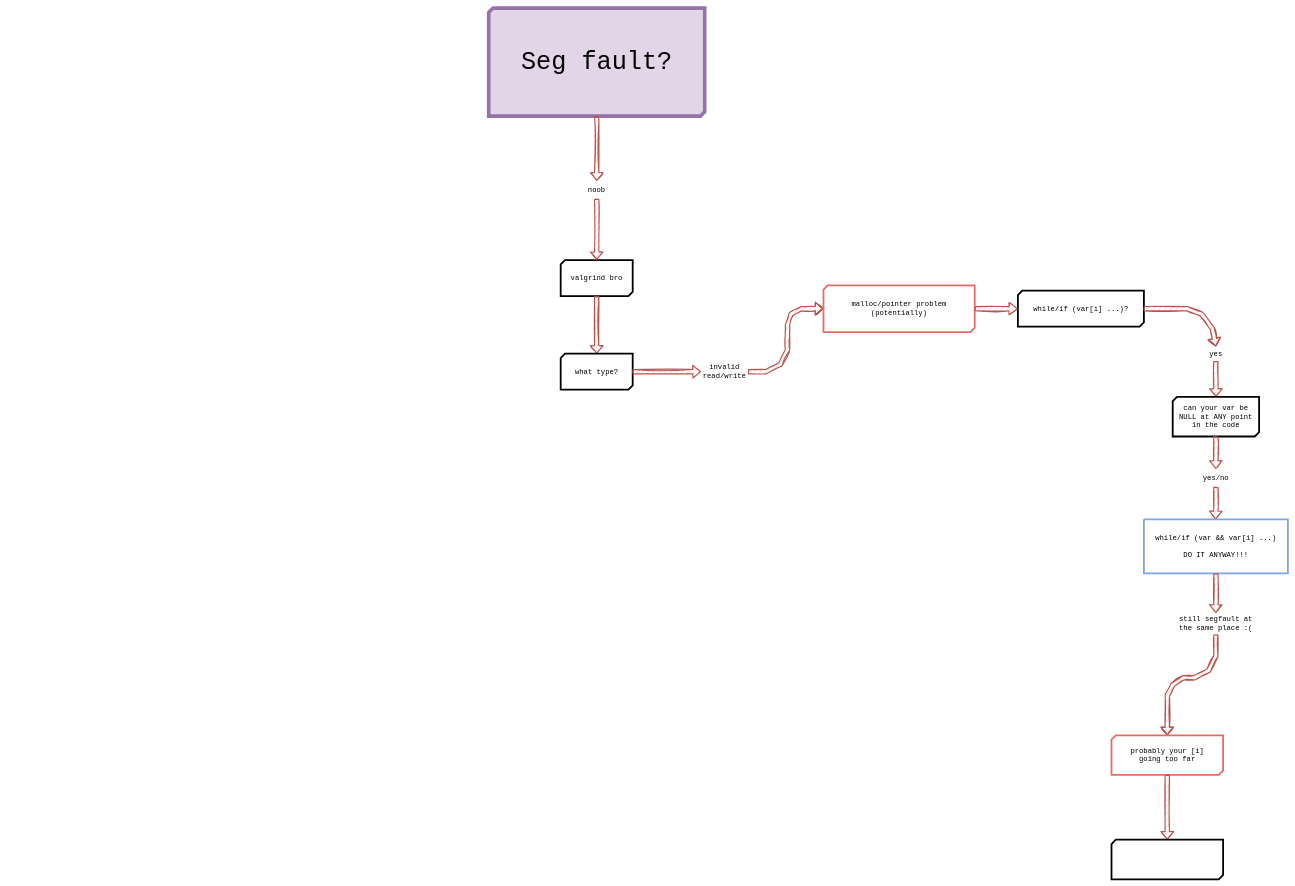
SatNavvv/sigsevguide keeps this draw.io diagram as Untitled Diagram.drawio. Above is the earlier version. Source tidied: cells renumbered, new cells numbered last; positions are measured from the earlier drawing's top-left corner, leaving out a move shared by most shapes. Both pictures are drawn from the tidied source at 36%, with x=0, y=0 at pixel (6, 8).
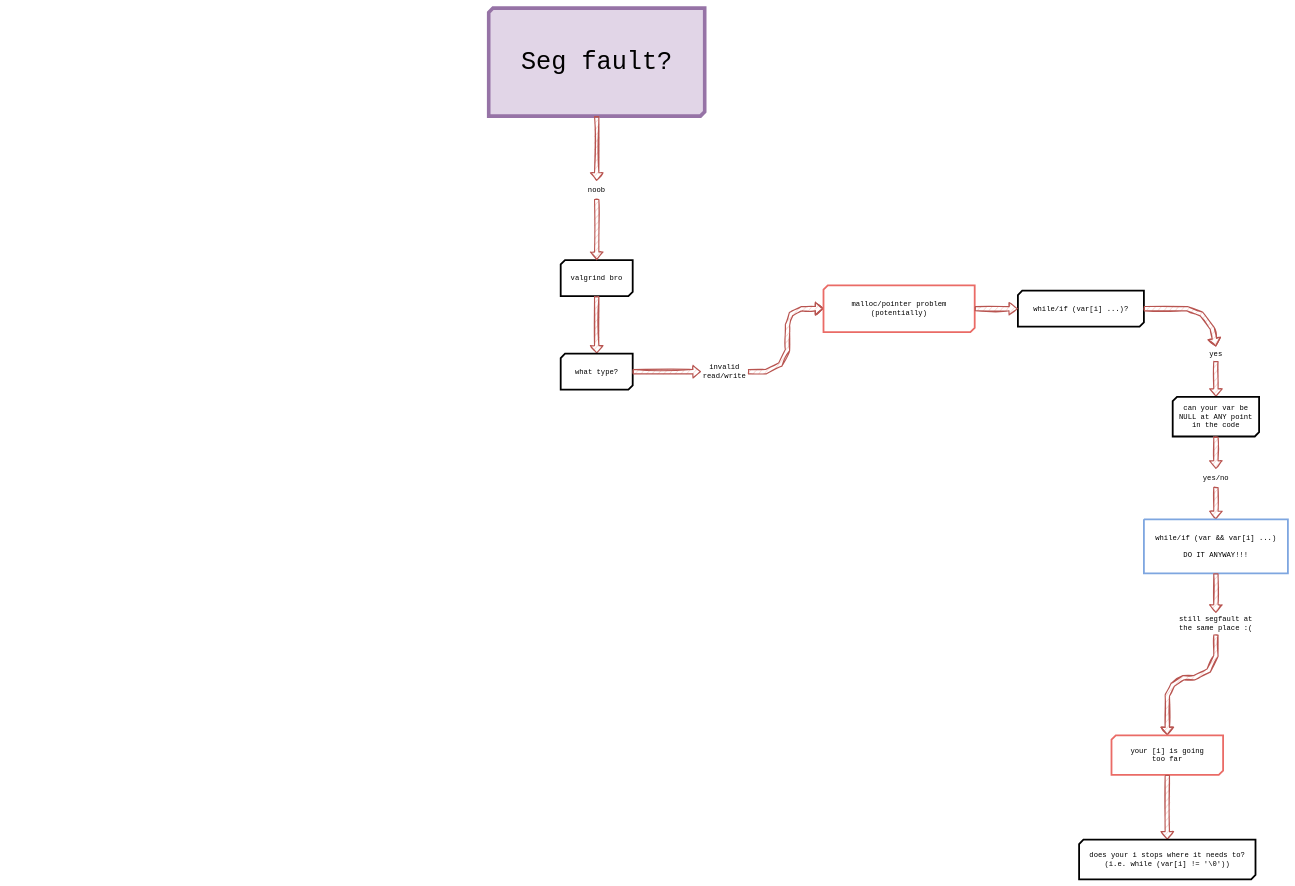
After the change.

What changed in the source:
```diff
@@
-    <mxCell id="41" value="&lt;font style=&quot;font-size: 20px;&quot; face=&quot;Courier New&quot;&gt;probably your [i] going too far&lt;/font&gt;" style="text;html=1;align=center;verticalAlign=middle;whiteSpace=wrap;rounded=0;fontFamily=Helvetica;fontSize=12;fontColor=default;" parent="1" vertex="1">
+    <mxCell id="41" value="&lt;font style=&quot;font-size: 20px;&quot; face=&quot;Courier New&quot;&gt;your [i] is going too far&lt;/font&gt;" style="text;html=1;align=center;verticalAlign=middle;whiteSpace=wrap;rounded=0;fontFamily=Helvetica;fontSize=12;fontColor=default;" parent="1" vertex="1">
       <mxGeometry x="3100" y="2020" width="250" height="110" as="geometry" />
     </mxCell>
@@
     <mxCell id="45" style="verticalLabelPosition=bottom;verticalAlign=top;html=1;shape=mxgraph.basic.diag_snip_rect;dx=6;whiteSpace=wrap;rounded=0;align=center;fontFamily=Helvetica;fontSize=12;fontColor=default;fillColor=default;gradientColor=none;strokeWidth=5;strokeColor=#000000;" parent="1" vertex="1">
-      <mxGeometry x="3070" y="2310" width="310" height="110" as="geometry" />
+      <mxGeometry x="2980" y="2310" width="490" height="110" as="geometry" />
     </mxCell>
+    <mxCell id="47" value="&lt;div&gt;&lt;font style=&quot;font-size: 20px;&quot; face=&quot;Courier New&quot;&gt;does your i stops where it needs to?&lt;/font&gt;&lt;/div&gt;&lt;div&gt;&lt;font style=&quot;font-size: 20px;&quot; face=&quot;Courier New&quot;&gt;(i.e. while (var[i] != '\0'))&lt;br&gt;&lt;/font&gt;&lt;/div&gt;" style="text;html=1;align=center;verticalAlign=middle;whiteSpace=wrap;rounded=0;fontFamily=Helvetica;fontSize=12;fontColor=default;" parent="1" vertex="1">
+      <mxGeometry x="2985" y="2310" width="480" height="110" as="geometry" />
+    </mxCell>
```
